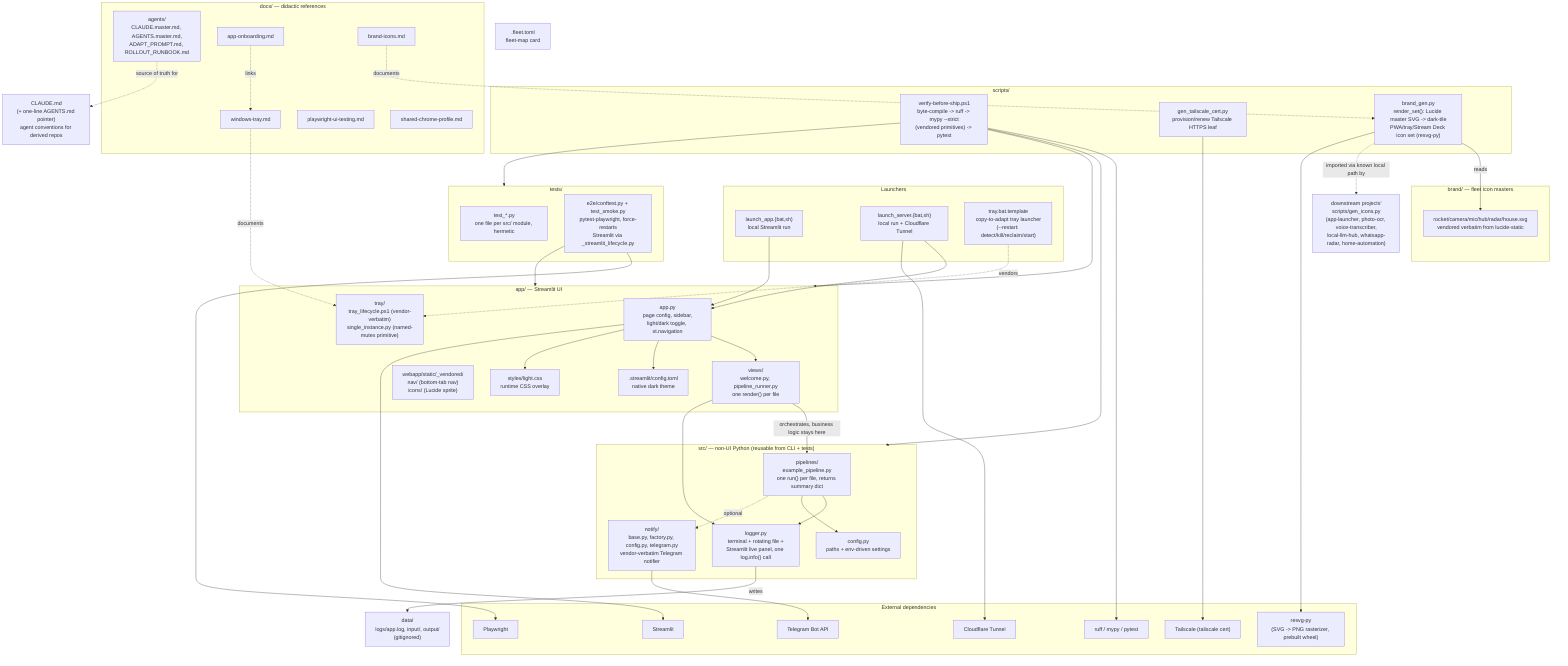
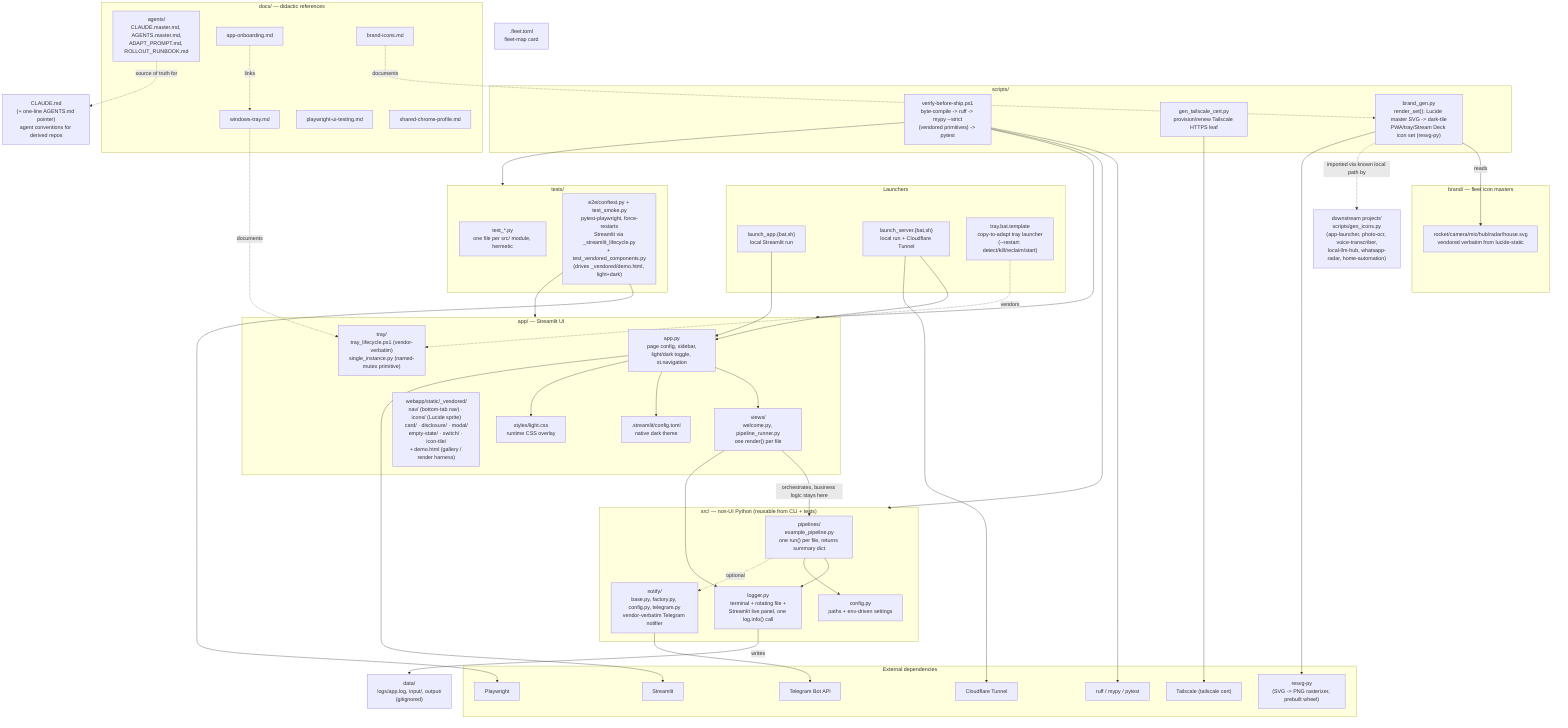
%% docs/architecture.mmd — project-scaffolding's own internal structure.
%% Hand-authored, not generated — this is the per-repo counterpart to the
%% fleet-wide map `fleet-config`'s `/system-map` aggregates from every repo's
%% `.fleet.toml`. That map is mechanically crawled; this repo's own internal
%% shape is semantic and can't be, so it is authored once and kept correct by
%% discipline. Update this diagram in the same PR as any material structural
%% change (a new view, a new vendored component, a script relocated) — same
%% anti-staleness contract as this repo's own `.fleet.toml` `description` field.
%% See `ferraroroberto/fleet-config#256` for the general convention.

flowchart TB
  subgraph launchers["Launchers"]
    LAUNCHAPP["launch_app.{bat,sh}\nlocal Streamlit run"]
    LAUNCHSRV["launch_server.{bat,sh}\nlocal run + Cloudflare Tunnel"]
    TRAYTMPL["tray.bat.template\ncopy-to-adapt tray launcher\n(--restart: detect/kill/reclaim/start)"]
  end

  subgraph appdir["app/ — Streamlit UI"]
    APPPY["app.py\npage config, sidebar,\nlight/dark toggle, st.navigation"]
    VIEWS["views/\nwelcome.py, pipeline_runner.py\none render() per file"]
    TRAYLIB["tray/\ntray_lifecycle.ps1 (vendor-verbatim)\nsingle_instance.py (named-mutex primitive)"]
-     WEBVEND["webapp/static/_vendored/\nnav/ (bottom-tab nav)\nicons/ (Lucide sprite)"]
+     WEBVEND["webapp/static/_vendored/\nnav/ (bottom-tab nav) · icons/ (Lucide sprite)\ncard/ · disclosure/ · modal/\nempty-state/ · switch/ · icon-tile/\n+ demo.html (gallery / render harness)"]
    STYLES["styles/light.css\nruntime CSS overlay"]
    STCFG[".streamlit/config.toml\nnative dark theme"]
  end
  APPPY --> VIEWS
  APPPY --> STCFG
  APPPY --> STYLES
  LAUNCHAPP --> APPPY
  LAUNCHSRV --> APPPY
  TRAYTMPL -.->|vendors| TRAYLIB

  subgraph srcdir["src/ — non-UI Python (reusable from CLI + tests)"]
    CONFIG["config.py\npaths + env-driven settings"]
    LOGGER["logger.py\nterminal + rotating file +\nStreamlit live panel, one log.info() call"]
    PIPELINES["pipelines/\nexample_pipeline.py\none run() per file, returns summary dict"]
    NOTIFY["notify/\nbase.py, factory.py, config.py, telegram.py\nvendor-verbatim Telegram notifier"]
  end
  VIEWS -->|orchestrates, business logic stays here| PIPELINES
  VIEWS --> LOGGER
  PIPELINES --> LOGGER
  PIPELINES --> CONFIG
  LOGGER -->|writes| DATALOGS
  PIPELINES -.->|optional| NOTIFY

  DATALOGS["data/\nlogs/app.log, input/, output/\n(gitignored)"]

  subgraph scriptsdir["scripts/"]
    VERIFY["verify-before-ship.ps1\nbyte-compile -> ruff -> mypy --strict\n(vendored primitives) -> pytest"]
    TSCERT["gen_tailscale_cert.py\nprovision/renew Tailscale HTTPS leaf"]
    BRANDGEN["brand_gen.py\nrender_set(): Lucide master SVG -> dark-tile\nPWA/tray/Stream Deck icon set (resvg-py)"]
  end
  VERIFY --> srcdir
  VERIFY --> appdir
  VERIFY --> testsdir

  subgraph branddir["brand/ — fleet icon masters"]
    BRANDSVGS["rocket/camera/mic/hub/radar/house.svg\nvendored verbatim from lucide-static"]
  end
  BRANDGEN -->|reads| BRANDSVGS
  BRANDGEN -.->|imported via known local path by| DOWNSTREAM["downstream projects'\nscripts/gen_icons.py\n(app-launcher, photo-ocr, voice-transcriber,\nlocal-llm-hub, whatsapp-radar, home-automation)"]

  subgraph testsdir["tests/"]
    UNIT["test_*.py\none file per src/ module, hermetic"]
-     E2E["e2e/conftest.py + test_smoke.py\npytest-playwright, force-restarts\nStreamlit via _streamlit_lifecycle.py"]
+     E2E["e2e/conftest.py + test_smoke.py\npytest-playwright, force-restarts\nStreamlit via _streamlit_lifecycle.py\n+ test_vendored_components.py\n(drives _vendored/demo.html, light+dark)"]
  end
  E2E --> appdir

  subgraph docsdir["docs/ — didactic references"]
    AGENTSDIR["agents/\nCLAUDE.master.md, AGENTS.master.md,\nADAPT_PROMPT.md, ROLLOUT_RUNBOOK.md"]
    TRAYDOC["windows-tray.md"]
    ONBOARD["app-onboarding.md"]
    PLAYWRIGHTDOC["playwright-ui-testing.md"]
    CHROMEDOC["shared-chrome-profile.md"]
    BRANDDOC["brand-icons.md"]
  end
  AGENTSDIR -.->|source of truth for| CLAUDEMD
  TRAYDOC -.->|documents| TRAYLIB
  ONBOARD -.->|links| TRAYDOC
  BRANDDOC -.->|documents| BRANDGEN

  CLAUDEMD["CLAUDE.md\n(+ one-line AGENTS.md pointer)\nagent conventions for derived repos"]
  FLEETTOML[".fleet.toml\nfleet-map card"]

  subgraph external["External dependencies"]
    STREAMLIT["Streamlit"]
    CLOUDFLARE["Cloudflare Tunnel"]
    TELEGRAM["Telegram Bot API"]
    TAILSCALE["Tailscale (tailscale cert)"]
    PLAYWRIGHT["Playwright"]
    RUFFMYPY["ruff / mypy / pytest"]
    RESVG["resvg-py\n(SVG -> PNG rasterizer, prebuilt wheel)"]
  end
  APPPY --> STREAMLIT
  LAUNCHSRV --> CLOUDFLARE
  NOTIFY --> TELEGRAM
  TSCERT --> TAILSCALE
  E2E --> PLAYWRIGHT
  VERIFY --> RUFFMYPY
  BRANDGEN --> RESVG
